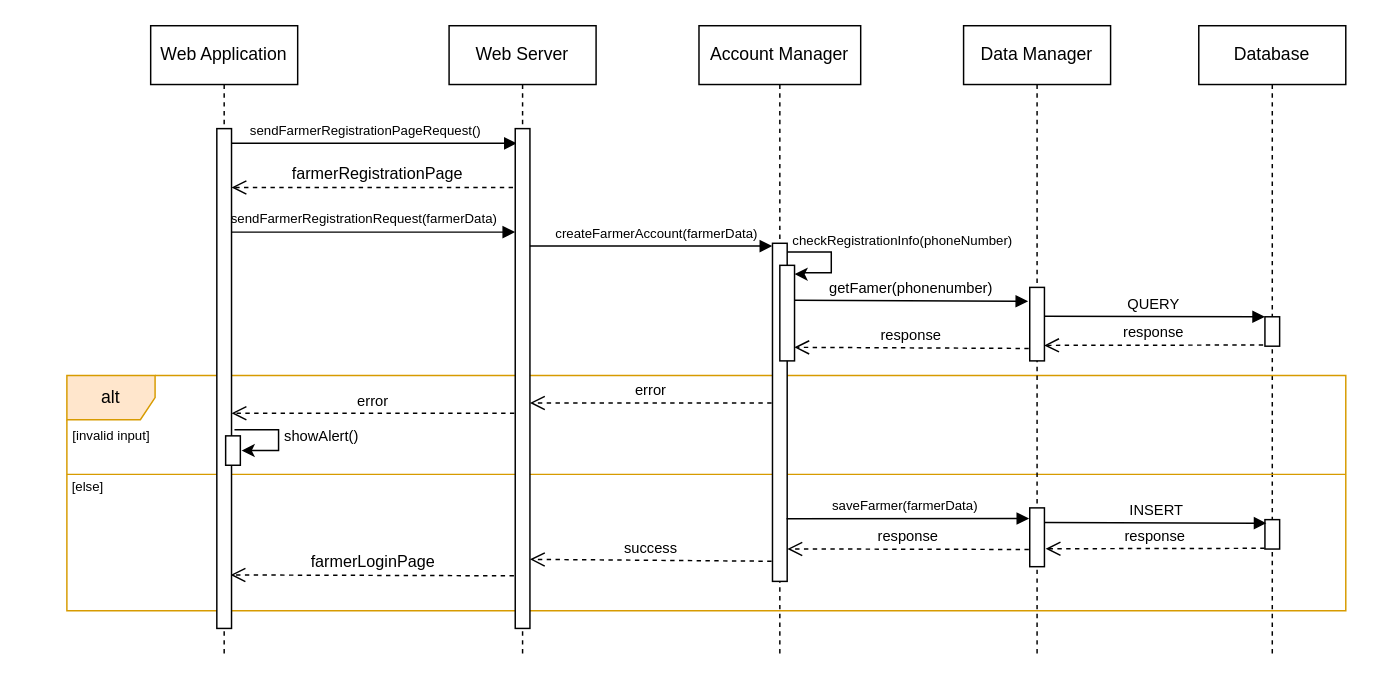
Above: page "FM-registration-UC6" (1 of 18) of DD/UML/Runtime.drawio in ictar/DREAM-SE2-Project-2022 (draw.io), before the change. Source tidied: cells renumbered, new cells numbered last; positions are measured from the earlier drawing's top-left corner, leaving out a move shared by most shapes. Both pictures are drawn from the tidied source at 147%, with x=0, y=0 at pixel (25, 25).
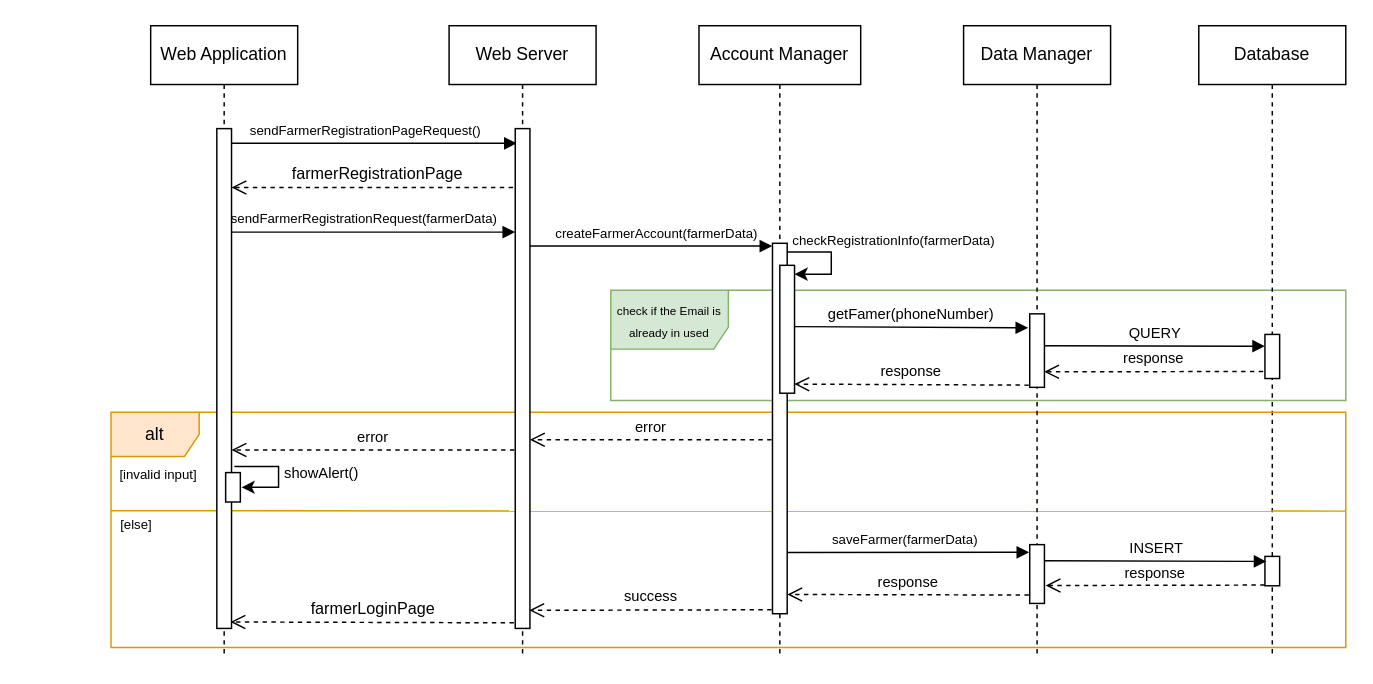
After the change.

The change refers to these unchanged cells:
```xml
<mxCell id="4" value="Database" style="shape=umlLifeline;perimeter=lifelinePerimeter;whiteSpace=wrap;html=1;" parent="1" vertex="1">
  <mxGeometry x="798" width="100" height="430" as="geometry" />
</mxCell>
<mxCell id="12" style="html=1;points=[];perimeter=orthogonalPerimeter;" parent="11" vertex="1">
  <mxGeometry x="45" y="70" width="10" height="340" as="geometry" />
</mxCell>
<mxCell id="15" style="html=1;points=[];perimeter=orthogonalPerimeter;" parent="1" vertex="1">
  <mxGeometry x="130" y="70" width="10" height="340" as="geometry" />
</mxCell>
<mxCell id="17" value="Account Manager" style="shape=umlLifeline;perimeter=lifelinePerimeter;whiteSpace=wrap;html=1;" parent="1" vertex="1">
  <mxGeometry x="458" width="110" height="430" as="geometry" />
</mxCell>
<mxCell id="21" value="Data Manager" style="shape=umlLifeline;perimeter=lifelinePerimeter;whiteSpace=wrap;html=1;" parent="1" vertex="1">
  <mxGeometry x="638" width="100" height="430" as="geometry" />
</mxCell>
```

The edit, as a diff of the source:
```diff
@@
+    <mxCell id="39" value="&lt;font style=&quot;font-size: 9px&quot;&gt;[else]&lt;/font&gt;" style="text;html=1;strokeColor=none;fillColor=none;align=center;verticalAlign=middle;whiteSpace=wrap;rounded=0;" parent="1" vertex="1">
+      <mxGeometry x="33" y="324" width="85" height="30" as="geometry" />
+    </mxCell>
+    <mxCell id="40" value="&lt;span style=&quot;font-size: 8px&quot;&gt;check if the Email is already in used&lt;/span&gt;" style="shape=umlFrame;whiteSpace=wrap;html=1;width=80;height=40;fillColor=#d5e8d4;strokeColor=#82b366;" parent="1" vertex="1">
+      <mxGeometry x="398" y="180" width="500" height="75" as="geometry" />
+    </mxCell>
@@
     <mxCell id="5" value="alt" style="shape=umlFrame;whiteSpace=wrap;html=1;fillColor=#ffe6cc;strokeColor=#d79b00;" parent="4" vertex="1">
-      <mxGeometry x="-770" y="238" width="870" height="160" as="geometry" />
+      <mxGeometry x="-740" y="263" width="840" height="160" as="geometry" />
     </mxCell>
     <mxCell id="6" style="html=1;perimeter=orthogonalPerimeter;" parent="4" vertex="1">
-      <mxGeometry x="45" y="198" width="10" height="20" as="geometry" />
+      <mxGeometry x="45" y="210" width="10" height="30" as="geometry" />
     </mxCell>
     <mxCell id="7" style="html=1;perimeter=orthogonalPerimeter;" parent="4" vertex="1">
-      <mxGeometry x="45" y="336" width="10" height="20" as="geometry" />
+      <mxGeometry x="45" y="361" width="10" height="20" as="geometry" />
     </mxCell>
-    <mxCell id="8" value="&lt;font size=&quot;1&quot;&gt;QUERY&lt;/font&gt;" style="html=1;verticalAlign=bottom;endArrow=block;rounded=0;entryX=-0.107;entryY=0.51;entryDx=0;entryDy=0;entryPerimeter=0;exitX=0.903;exitY=0.393;exitDx=0;exitDy=0;exitPerimeter=0;" parent="4" edge="1" source="22">
+    <mxCell id="8" value="&lt;font size=&quot;1&quot;&gt;QUERY&lt;/font&gt;" style="html=1;verticalAlign=bottom;endArrow=block;rounded=0;entryX=-0.107;entryY=0.51;entryDx=0;entryDy=0;entryPerimeter=0;exitX=0.903;exitY=0.393;exitDx=0;exitDy=0;exitPerimeter=0;" parent="4" edge="1">
       <mxGeometry relative="1" as="geometry">
-        <mxPoint x="45" y="198" as="targetPoint" />
+        <mxPoint x="-106" y="217.7" as="sourcePoint" />
+        <mxPoint x="45" y="218" as="targetPoint" />
       </mxGeometry>
     </mxCell>
-    <mxCell id="9" style="endArrow=none;html=1;rounded=0;fontSize=9;exitX=0;exitY=0.345;exitDx=0;exitDy=0;exitPerimeter=0;entryX=1;entryY=0.345;entryDx=0;entryDy=0;entryPerimeter=0;fillColor=#ffe6cc;strokeColor=#d79b00;" parent="4" edge="1">
+    <mxCell id="9" style="endArrow=none;html=1;rounded=0;fontSize=9;entryX=1;entryY=0.345;entryDx=0;entryDy=0;entryPerimeter=0;fillColor=#ffe6cc;strokeColor=#d79b00;" parent="4" edge="1">
       <mxGeometry relative="1" as="geometry">
-        <mxPoint x="-770" y="305.2" as="sourcePoint" />
-        <mxPoint x="100" y="305.2" as="targetPoint" />
+        <mxPoint x="-740" y="330" as="sourcePoint" />
+        <mxPoint x="100" y="330.2" as="targetPoint" />
       </mxGeometry>
     </mxCell>
+    <mxCell id="16" value="&lt;font style=&quot;font-size: 9px&quot;&gt;[invalid input]&lt;/font&gt;" style="text;html=1;strokeColor=none;fillColor=none;align=center;verticalAlign=middle;whiteSpace=wrap;rounded=0;" parent="4" vertex="1">
+      <mxGeometry x="-750" y="290" width="85" height="30" as="geometry" />
+    </mxCell>
@@
-    <mxCell id="14" value="farmerLoginPage" style="html=1;verticalAlign=bottom;endArrow=open;dashed=1;endSize=8;exitX=-0.09;exitY=0.822;rounded=0;exitDx=0;exitDy=0;exitPerimeter=0;entryX=0.933;entryY=0.893;entryDx=0;entryDy=0;entryPerimeter=0;" parent="1" edge="1" target="15">
+    <mxCell id="14" value="farmerLoginPage" style="html=1;verticalAlign=bottom;endArrow=open;dashed=1;endSize=8;exitX=-0.09;exitY=0.822;rounded=0;exitDx=0;exitDy=0;exitPerimeter=0;entryX=0.933;entryY=0.893;entryDx=0;entryDy=0;entryPerimeter=0;" parent="1" edge="1">
       <mxGeometry relative="1" as="geometry">
-        <mxPoint x="332.1" y="374.2" as="sourcePoint" />
+        <mxPoint x="332.1" y="406.2" as="sourcePoint" />
+        <mxPoint x="139.3" y="405.6" as="targetPoint" />
       </mxGeometry>
     </mxCell>
@@
-    <mxCell id="16" value="&lt;font style=&quot;font-size: 9px&quot;&gt;[invalid input]&lt;/font&gt;" style="text;html=1;strokeColor=none;fillColor=none;align=center;verticalAlign=middle;whiteSpace=wrap;rounded=0;" parent="1" vertex="1">
-      <mxGeometry x="16" y="263" width="85" height="30" as="geometry" />
-    </mxCell>
@@
-    <mxCell id="18" style="html=1;points=[];perimeter=orthogonalPerimeter;" parent="17" vertex="1">
-      <mxGeometry x="50" y="148" width="10" height="230" as="geometry" />
-    </mxCell>
-    <mxCell id="19" style="html=1;points=[];perimeter=orthogonalPerimeter;" parent="17" vertex="1">
-      <mxGeometry x="55" y="163" width="10" height="65" as="geometry" />
-    </mxCell>
-    <mxCell id="20" style="endArrow=classic;html=1;rounded=0;fontSize=9;entryX=0.995;entryY=0.092;entryDx=0;entryDy=0;entryPerimeter=0;edgeStyle=orthogonalEdgeStyle;endFill=1;" parent="17" edge="1" source="18" target="19">
-      <mxGeometry relative="1" as="geometry">
-        <Array as="points">
-          <mxPoint x="90" y="154" />
-          <mxPoint x="90" y="168" />
-          <mxPoint x="70" y="168" />
-          <mxPoint x="65" y="169" />
-        </Array>
-      </mxGeometry>
-    </mxCell>
@@
     <mxCell id="22" style="html=1;points=[];perimeter=orthogonalPerimeter;" parent="21" vertex="1">
-      <mxGeometry x="45" y="178" width="10" height="50" as="geometry" />
+      <mxGeometry x="45" y="196" width="10" height="50" as="geometry" />
     </mxCell>
     <mxCell id="23" style="html=1;perimeter=orthogonalPerimeter;" parent="21" vertex="1">
-      <mxGeometry x="45" y="328" width="10" height="40" as="geometry" />
+      <mxGeometry x="45" y="353" width="10" height="40" as="geometry" />
     </mxCell>
@@
-    <mxCell id="25" value="&lt;font size=&quot;1&quot;&gt;getFamer(phonenumber)&lt;/font&gt;" style="html=1;verticalAlign=bottom;endArrow=block;rounded=0;entryX=-0.107;entryY=0.51;entryDx=0;entryDy=0;entryPerimeter=0;exitX=1.015;exitY=0.742;exitDx=0;exitDy=0;exitPerimeter=0;" parent="1" edge="1">
+    <mxCell id="25" value="&lt;font size=&quot;1&quot;&gt;getFamer(phoneNumber)&lt;/font&gt;" style="html=1;verticalAlign=bottom;endArrow=block;rounded=0;entryX=-0.107;entryY=0.51;entryDx=0;entryDy=0;entryPerimeter=0;exitX=1.015;exitY=0.742;exitDx=0;exitDy=0;exitPerimeter=0;" parent="1" edge="1">
       <mxGeometry relative="1" as="geometry">
-        <mxPoint x="523.1" y="186.7" as="sourcePoint" />
-        <mxPoint x="681.9" y="187.5" as="targetPoint" />
+        <mxPoint x="523.1" y="204.7" as="sourcePoint" />
+        <mxPoint x="681.9" y="205.5" as="targetPoint" />
       </mxGeometry>
     </mxCell>
-    <mxCell id="26" value="&lt;span style=&quot;color: rgb(0 , 0 , 0) ; font-family: &amp;#34;helvetica&amp;#34; ; font-style: normal ; font-weight: 400 ; letter-spacing: normal ; text-align: center ; text-indent: 0px ; text-transform: none ; word-spacing: 0px ; background-color: rgb(255 , 255 , 255) ; display: inline ; float: none&quot;&gt;&lt;font style=&quot;font-size: 9px&quot;&gt;checkRegistrationInfo(&lt;span lang=&quot;EN-US&quot; style=&quot;font-family: &amp;#34;helvetica&amp;#34; ; line-height: 9.63px&quot;&gt;phoneNumbe&lt;/span&gt;&lt;span lang=&quot;EN-US&quot; style=&quot;font-family: &amp;#34;helvetica&amp;#34; ; line-height: 9.63px&quot;&gt;r&lt;/span&gt;)&lt;/font&gt;&lt;/span&gt;" style="text;whiteSpace=wrap;html=1;fontSize=9;" parent="1" vertex="1">
+    <mxCell id="26" value="&lt;span style=&quot;color: rgb(0 , 0 , 0) ; font-family: &amp;#34;helvetica&amp;#34; ; font-style: normal ; font-weight: 400 ; letter-spacing: normal ; text-align: center ; text-indent: 0px ; text-transform: none ; word-spacing: 0px ; background-color: rgb(255 , 255 , 255) ; display: inline ; float: none&quot;&gt;&lt;font style=&quot;font-size: 9px&quot;&gt;checkRegistrationInfo(farmerData)&lt;/font&gt;&lt;/span&gt;" style="text;whiteSpace=wrap;html=1;fontSize=9;" parent="1" vertex="1">
       <mxGeometry x="520" y="135" width="140" height="20" as="geometry" />
     </mxCell>
     <mxCell id="27" value="&lt;font style=&quot;font-size: 10px&quot;&gt;response&lt;/font&gt;" style="html=1;verticalAlign=bottom;endArrow=open;dashed=1;endSize=8;rounded=0;entryX=0.98;entryY=0.789;entryDx=0;entryDy=0;entryPerimeter=0;exitX=-0.021;exitY=1.06;exitDx=0;exitDy=0;exitPerimeter=0;" parent="1" edge="1" target="22">
       <mxGeometry relative="1" as="geometry">
-        <mxPoint x="841.8" y="217.2" as="sourcePoint" />
+        <mxPoint x="841.8" y="235.2" as="sourcePoint" />
       </mxGeometry>
     </mxCell>
-    <mxCell id="28" value="&lt;font style=&quot;font-size: 10px&quot;&gt;response&lt;/font&gt;" style="html=1;verticalAlign=bottom;endArrow=open;dashed=1;endSize=8;rounded=0;exitX=-0.067;exitY=0.831;exitDx=0;exitDy=0;exitPerimeter=0;entryX=0.988;entryY=0.858;entryDx=0;entryDy=0;entryPerimeter=0;" parent="1" edge="1" source="22" target="19">
-      <mxGeometry relative="1" as="geometry" />
+    <mxCell id="28" value="&lt;font style=&quot;font-size: 10px&quot;&gt;response&lt;/font&gt;" style="html=1;verticalAlign=bottom;endArrow=open;dashed=1;endSize=8;rounded=0;exitX=-0.067;exitY=0.831;exitDx=0;exitDy=0;exitPerimeter=0;entryX=0.988;entryY=0.858;entryDx=0;entryDy=0;entryPerimeter=0;" parent="1" edge="1">
+      <mxGeometry relative="1" as="geometry">
+        <mxPoint x="682.3" y="244.5" as="sourcePoint" />
+        <mxPoint x="522.9" y="243.8" as="targetPoint" />
+      </mxGeometry>
     </mxCell>
-    <mxCell id="29" value="&lt;font style=&quot;font-size: 10px&quot;&gt;error&lt;/font&gt;" style="html=1;verticalAlign=bottom;endArrow=open;dashed=1;endSize=8;rounded=0;exitX=-0.067;exitY=0.831;exitDx=0;exitDy=0;exitPerimeter=0;" parent="1" edge="1" target="12">
+    <mxCell id="29" value="&lt;font style=&quot;font-size: 10px&quot;&gt;error&lt;/font&gt;" style="html=1;verticalAlign=bottom;endArrow=open;dashed=1;endSize=8;rounded=0;exitX=-0.067;exitY=0.831;exitDx=0;exitDy=0;exitPerimeter=0;" parent="1" edge="1">
       <mxGeometry relative="1" as="geometry">
-        <mxPoint x="507.4" y="256.6" as="sourcePoint" />
+        <mxPoint x="507.4" y="281.6" as="sourcePoint" />
+        <mxPoint x="343" y="281.6" as="targetPoint" />
       </mxGeometry>
     </mxCell>
-    <mxCell id="30" value="&lt;font style=&quot;font-size: 10px&quot;&gt;error&lt;/font&gt;" style="html=1;verticalAlign=bottom;endArrow=open;dashed=1;endSize=8;rounded=0;exitX=-0.067;exitY=0.831;exitDx=0;exitDy=0;exitPerimeter=0;" parent="1" edge="1" target="15">
+    <mxCell id="30" value="&lt;font style=&quot;font-size: 10px&quot;&gt;error&lt;/font&gt;" style="html=1;verticalAlign=bottom;endArrow=open;dashed=1;endSize=8;rounded=0;exitX=-0.067;exitY=0.831;exitDx=0;exitDy=0;exitPerimeter=0;" parent="1" edge="1">
       <mxGeometry relative="1" as="geometry">
-        <mxPoint x="332.4" y="263.6" as="sourcePoint" />
+        <mxPoint x="332.4" y="288.6" as="sourcePoint" />
+        <mxPoint x="140" y="288.6" as="targetPoint" />
       </mxGeometry>
     </mxCell>
     <mxCell id="31" style="html=1;perimeter=orthogonalPerimeter;" parent="1" vertex="1">
-      <mxGeometry x="136" y="279" width="10" height="20" as="geometry" />
+      <mxGeometry x="136" y="304" width="10" height="20" as="geometry" />
     </mxCell>
     <mxCell id="32" style="endArrow=classic;html=1;rounded=0;fontSize=9;entryX=0.978;entryY=0.131;entryDx=0;entryDy=0;entryPerimeter=0;edgeStyle=orthogonalEdgeStyle;endFill=1;" parent="1" edge="1">
       <mxGeometry relative="1" as="geometry">
-        <mxPoint x="142" y="274.8" as="sourcePoint" />
-        <mxPoint x="146.8" y="289" as="targetPoint" />
+        <mxPoint x="142" y="299.8" as="sourcePoint" />
+        <mxPoint x="146.8" y="314" as="targetPoint" />
         <Array as="points">
-          <mxPoint x="172" y="274.8" />
-          <mxPoint x="172" y="288.8" />
-          <mxPoint x="147" y="288.8" />
+          <mxPoint x="172" y="299.8" />
+          <mxPoint x="172" y="313.8" />
+          <mxPoint x="147" y="313.8" />
         </Array>
       </mxGeometry>
     </mxCell>
     <mxCell id="33" value="showAlert()" style="text;html=1;align=center;verticalAlign=middle;strokeColor=none;fillColor=none;fontSize=10;" parent="1" vertex="1">
-      <mxGeometry x="166" y="269" width="70" height="20" as="geometry" />
+      <mxGeometry x="166" y="294" width="70" height="20" as="geometry" />
     </mxCell>
     <mxCell id="34" value="&lt;font style=&quot;font-size: 9px&quot;&gt;saveFarmer&lt;font style=&quot;font-size: 9px&quot;&gt;(farmerData&lt;/font&gt;&lt;font style=&quot;font-size: 9px&quot;&gt;)&lt;/font&gt;&lt;/font&gt;" style="html=1;verticalAlign=bottom;endArrow=block;rounded=0;entryX=0.061;entryY=0.031;entryDx=0;entryDy=0;entryPerimeter=0;exitX=1.064;exitY=0.745;exitDx=0;exitDy=0;exitPerimeter=0;" parent="1" edge="1">
       <mxGeometry x="-0.03" relative="1" as="geometry">
-        <mxPoint x="517.6" y="335.4" as="sourcePoint" />
-        <mxPoint x="682.6" y="335.2" as="targetPoint" />
+        <mxPoint x="517.6" y="358.4" as="sourcePoint" />
+        <mxPoint x="682.6" y="358.2" as="targetPoint" />
       </mxGeometry>
     </mxCell>
     <mxCell id="35" value="&lt;font size=&quot;1&quot;&gt;INSERT&lt;/font&gt;" style="html=1;verticalAlign=bottom;endArrow=block;rounded=0;entryX=-0.107;entryY=0.51;entryDx=0;entryDy=0;entryPerimeter=0;exitX=0.903;exitY=0.393;exitDx=0;exitDy=0;exitPerimeter=0;" parent="1" edge="1">
       <mxGeometry relative="1" as="geometry">
-        <mxPoint x="693" y="338" as="sourcePoint" />
-        <mxPoint x="844" y="338.4" as="targetPoint" />
+        <mxPoint x="693" y="364" as="sourcePoint" />
+        <mxPoint x="844" y="364.4" as="targetPoint" />
       </mxGeometry>
     </mxCell>
     <mxCell id="36" value="&lt;font style=&quot;font-size: 10px&quot;&gt;response&lt;/font&gt;" style="html=1;verticalAlign=bottom;endArrow=open;dashed=1;endSize=8;rounded=0;entryX=0.98;entryY=0.789;entryDx=0;entryDy=0;entryPerimeter=0;exitX=-0.021;exitY=1.06;exitDx=0;exitDy=0;exitPerimeter=0;" parent="1" edge="1">
       <mxGeometry relative="1" as="geometry">
-        <mxPoint x="842.8" y="355.5" as="sourcePoint" />
-        <mxPoint x="693.8" y="355.8" as="targetPoint" />
+        <mxPoint x="842.8" y="380.5" as="sourcePoint" />
+        <mxPoint x="693.8" y="380.8" as="targetPoint" />
       </mxGeometry>
     </mxCell>
-    <mxCell id="37" value="&lt;font style=&quot;font-size: 10px&quot;&gt;response&lt;/font&gt;" style="html=1;verticalAlign=bottom;endArrow=open;dashed=1;endSize=8;rounded=0;exitX=-0.067;exitY=0.831;exitDx=0;exitDy=0;exitPerimeter=0;entryX=1.014;entryY=0.904;entryDx=0;entryDy=0;entryPerimeter=0;" parent="1" edge="1" target="18">
+    <mxCell id="37" value="&lt;font style=&quot;font-size: 10px&quot;&gt;response&lt;/font&gt;" style="html=1;verticalAlign=bottom;endArrow=open;dashed=1;endSize=8;rounded=0;exitX=-0.067;exitY=0.831;exitDx=0;exitDy=0;exitPerimeter=0;entryX=1.014;entryY=0.904;entryDx=0;entryDy=0;entryPerimeter=0;" parent="1" edge="1">
       <mxGeometry relative="1" as="geometry">
-        <mxPoint x="682.4" y="356.3" as="sourcePoint" />
+        <mxPoint x="682.4" y="387.3" as="sourcePoint" />
+        <mxPoint x="518.1" y="386.9" as="targetPoint" />
       </mxGeometry>
     </mxCell>
-    <mxCell id="38" value="&lt;font style=&quot;font-size: 10px&quot;&gt;success&lt;/font&gt;" style="html=1;verticalAlign=bottom;endArrow=open;dashed=1;endSize=8;rounded=0;exitX=-0.067;exitY=0.831;exitDx=0;exitDy=0;exitPerimeter=0;entryX=0.992;entryY=0.251;entryDx=0;entryDy=0;entryPerimeter=0;" parent="1" edge="1">
+    <mxCell id="38" value="&lt;font style=&quot;font-size: 10px&quot;&gt;success&lt;/font&gt;" style="html=1;verticalAlign=bottom;endArrow=open;dashed=1;endSize=8;rounded=0;exitX=-0.067;exitY=0.831;exitDx=0;exitDy=0;exitPerimeter=0;entryX=0.956;entryY=0.955;entryDx=0;entryDy=0;entryPerimeter=0;" parent="1" edge="1">
       <mxGeometry relative="1" as="geometry">
-        <mxPoint x="507.4" y="364.3" as="sourcePoint" />
-        <mxPoint x="343" y="363" as="targetPoint" />
+        <mxPoint x="507.4" y="397.3" as="sourcePoint" />
+        <mxPoint x="342.6" y="397.7" as="targetPoint" />
       </mxGeometry>
     </mxCell>
-    <mxCell id="39" value="&lt;font style=&quot;font-size: 9px&quot;&gt;[else]&lt;/font&gt;" style="text;html=1;strokeColor=none;fillColor=none;align=center;verticalAlign=middle;whiteSpace=wrap;rounded=0;" parent="1" vertex="1">
-      <mxGeometry y="298" width="85" height="30" as="geometry" />
-    </mxCell>
+    <mxCell id="18" style="html=1;points=[];perimeter=orthogonalPerimeter;" parent="1" vertex="1">
+      <mxGeometry x="508" y="148" width="10" height="252" as="geometry" />
+    </mxCell>
+    <mxCell id="19" style="html=1;points=[];perimeter=orthogonalPerimeter;" parent="1" vertex="1">
+      <mxGeometry x="513" y="163" width="10" height="87" as="geometry" />
+    </mxCell>
+    <mxCell id="20" style="endArrow=classic;html=1;rounded=0;fontSize=9;edgeStyle=orthogonalEdgeStyle;endFill=1;" parent="1" edge="1" source="18">
+      <mxGeometry relative="1" as="geometry">
+        <mxPoint x="523" y="169" as="targetPoint" />
+        <Array as="points">
+          <mxPoint x="548" y="154" />
+          <mxPoint x="548" y="169" />
+        </Array>
+      </mxGeometry>
+    </mxCell>
```
